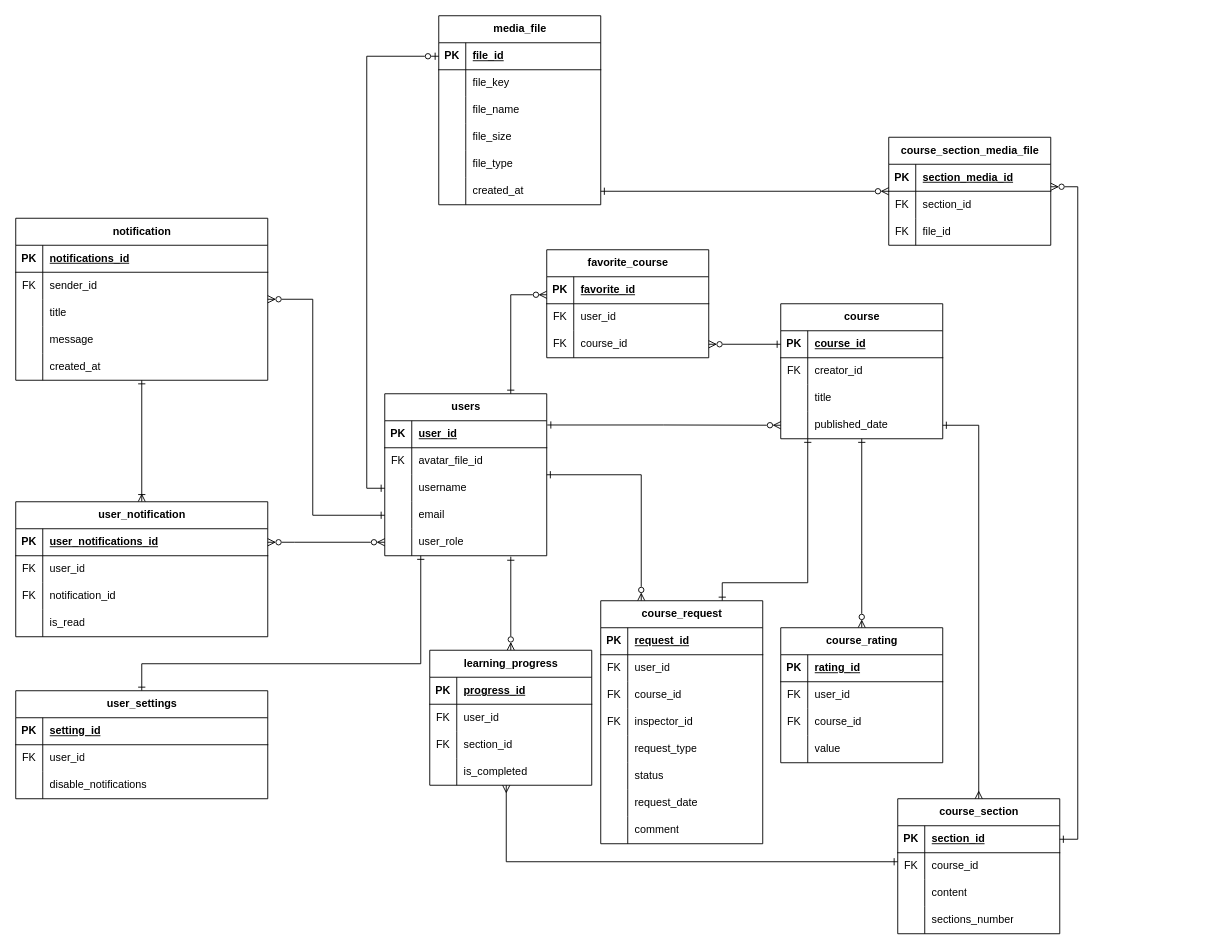
sahland/9.5-Team keeps this draw.io diagram as diagrams/ER диаграмма (Entity Relations diagram)/ER diagram.drawio. Above is the earlier version. Source tidied: cells renumbered, new cells numbered last; positions are measured from the earlier drawing's top-left corner, leaving out a move shared by most shapes. Both pictures are drawn from the tidied source at 90%, with x=0, y=0 at pixel (15, 15).
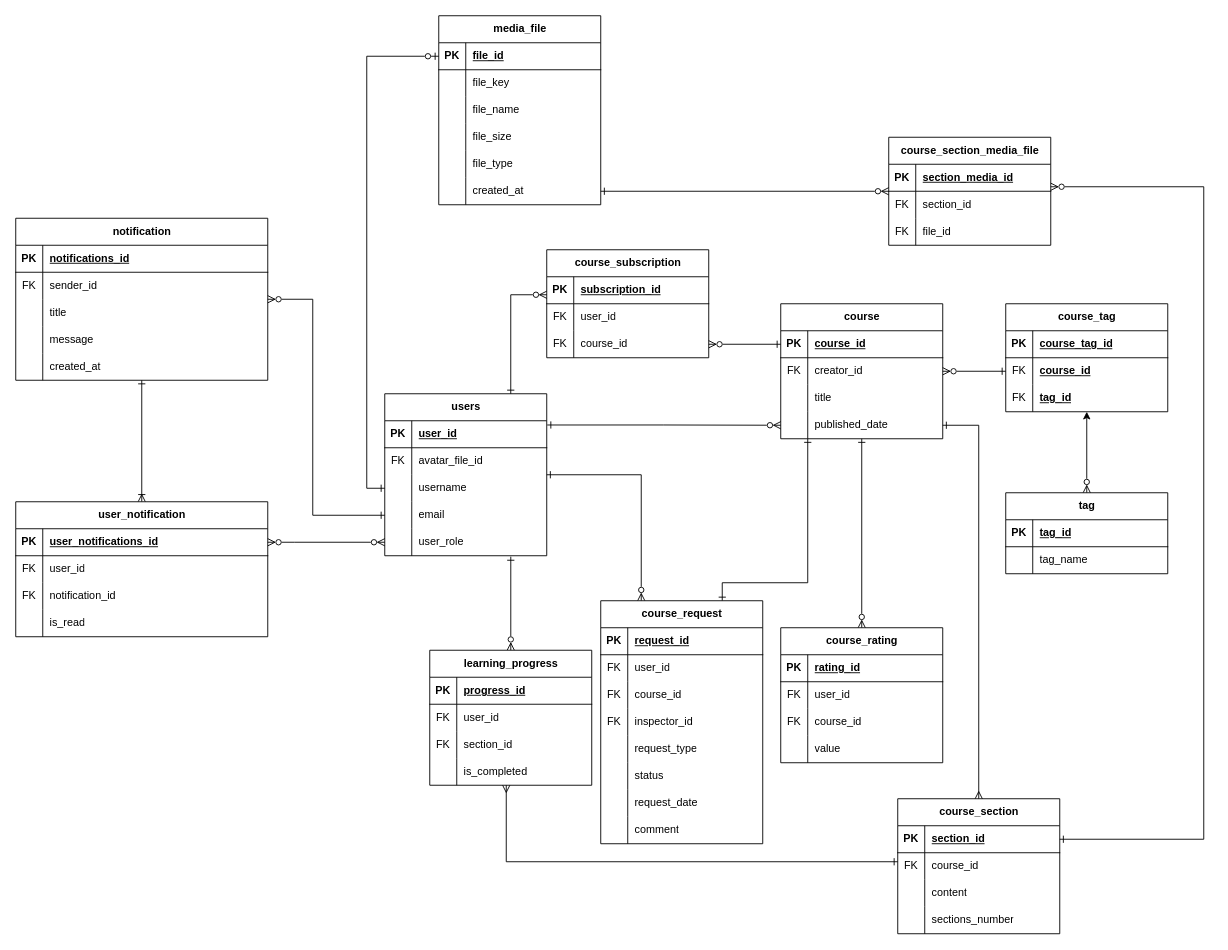
The same diagram, later.

Unchanged cells that the change refers to:
```xml
<mxCell id="7" value="users" style="shape=table;startSize=30;childLayout=tableLayout;rowLines=0;fontStyle=1;align=center;html=1;" parent="1" vertex="1">
  <mxGeometry x="410" y="420" width="180" height="180" as="geometry" />
</mxCell>
<mxCell id="25" value="course" style="shape=table;startSize=30;childLayout=tableLayout;rowLines=0;fontStyle=1;align=center;html=1;" parent="1" vertex="1">
  <mxGeometry x="850" y="320" width="180" height="150" as="geometry" />
</mxCell>
<mxCell id="39" style="shape=tableRow;horizontal=0;startSize=0;swimlaneHead=0;swimlaneBody=0;fillColor=none;points=[[0,0.5],[1,0.5]];portConstraint=eastwest;top=0;left=0;right=0;bottom=1;" parent="38" vertex="1">
  <mxGeometry y="30" width="180" height="30" as="geometry" />
</mxCell>
<mxCell id="65" style="shape=tableRow;horizontal=0;startSize=0;swimlaneHead=0;swimlaneBody=0;fillColor=none;top=0;left=0;right=0;bottom=1;" parent="64" vertex="1">
  <mxGeometry y="30" width="180" height="30" as="geometry" />
</mxCell>
```

What changed in the source:
```diff
@@
-    <mxCell id="6" style="edgeStyle=orthogonalEdgeStyle;rounded=0;jettySize=auto;html=1;entryX=0.5;entryY=0;entryDx=0;entryDy=0;startArrow=ERone;startFill=0;endArrow=ERone;endFill=0;" parent="1" edge="1" source="7" target="179">
-      <mxGeometry relative="1" as="geometry">
-        <Array as="points">
-          <mxPoint x="450" y="720" />
-          <mxPoint x="140" y="720" />
-        </Array>
-      </mxGeometry>
-    </mxCell>
@@
+    <mxCell id="189" style="edgeStyle=orthogonalEdgeStyle;rounded=0;jettySize=auto;html=1;entryX=0;entryY=0.5;entryDx=0;entryDy=0;startArrow=ERzeroToMany;startFill=0;endArrow=ERone;endFill=0;" parent="1" edge="1" source="25" target="201">
+      <mxGeometry relative="1" as="geometry" />
+    </mxCell>
@@
-    <mxCell id="64" value="favorite_course" style="shape=table;startSize=30;childLayout=tableLayout;rowLines=0;fontStyle=1;align=center;html=1;" parent="1" vertex="1">
+    <mxCell id="64" value="course_subscription" style="shape=table;startSize=30;childLayout=tableLayout;rowLines=0;fontStyle=1;align=center;html=1;" parent="1" vertex="1">
       <mxGeometry x="590" y="260" width="180" height="120" as="geometry" />
     </mxCell>
@@
-    <mxCell id="67" value="&lt;div style=&quot;&quot;&gt;favorite_id&lt;br&gt;&lt;/div&gt;" style="shape=partialRectangle;fillColor=none;top=0;left=0;bottom=0;right=0;align=left;spacingLeft=6;fontStyle=5;overflow=hidden;whiteSpace=wrap;html=1;" parent="65" vertex="1">
+    <mxCell id="67" value="&lt;div style=&quot;&quot;&gt;subscription_id&lt;br&gt;&lt;/div&gt;" style="shape=partialRectangle;fillColor=none;top=0;left=0;bottom=0;right=0;align=left;spacingLeft=6;fontStyle=5;overflow=hidden;whiteSpace=wrap;html=1;" parent="65" vertex="1">
       <mxGeometry x="30" width="150" height="30" as="geometry" />
     </mxCell>
@@
     <mxCell id="146" style="rounded=0;jettySize=auto;html=1;startArrow=ERone;startFill=0;endArrow=ERzeroToMany;endFill=0;edgeStyle=orthogonalEdgeStyle;" parent="1" edge="1" source="39">
       <mxGeometry relative="1" as="geometry">
         <mxPoint x="1150" y="190" as="targetPoint" />
         <Array as="points">
-          <mxPoint x="1180" y="915" />
-          <mxPoint x="1180" y="190" />
-          <mxPoint x="1150" y="190" />
+          <mxPoint x="1320" y="915" />
+          <mxPoint x="1320" y="190" />
         </Array>
       </mxGeometry>
     </mxCell>
@@
-    <mxCell id="179" value="user_settings" style="shape=table;startSize=30;childLayout=tableLayout;rowLines=0;fontStyle=1;align=center;html=1;" parent="1" vertex="1">
-      <mxGeometry y="750" width="280" height="120" as="geometry" />
-    </mxCell>
-    <mxCell id="180" style="shape=tableRow;horizontal=0;startSize=0;swimlaneHead=0;swimlaneBody=0;fillColor=none;top=0;left=0;right=0;bottom=1;" parent="179" vertex="1">
-      <mxGeometry y="30" width="280" height="30" as="geometry" />
-    </mxCell>
-    <mxCell id="181" value="PK" style="shape=partialRectangle;fillColor=none;top=0;left=0;bottom=0;right=0;fontStyle=1;overflow=hidden;whiteSpace=wrap;html=1;" parent="180" vertex="1">
-      <mxGeometry width="30" height="30" as="geometry" />
-    </mxCell>
-    <mxCell id="182" value="&lt;div style=&quot;text-align: center;&quot;&gt;&lt;span style=&quot;background-color: initial; text-wrap: nowrap;&quot;&gt;setting_id&lt;/span&gt;&lt;/div&gt;" style="shape=partialRectangle;fillColor=none;top=0;left=0;bottom=0;right=0;align=left;spacingLeft=6;fontStyle=5;overflow=hidden;whiteSpace=wrap;html=1;" parent="180" vertex="1">
-      <mxGeometry x="30" width="250" height="30" as="geometry" />
-    </mxCell>
-    <mxCell id="183" style="shape=tableRow;horizontal=0;startSize=0;swimlaneHead=0;swimlaneBody=0;fillColor=none;top=0;left=0;right=0;bottom=0;" parent="179" vertex="1">
-      <mxGeometry y="60" width="280" height="30" as="geometry" />
-    </mxCell>
-    <mxCell id="184" value="FK" style="shape=partialRectangle;fillColor=none;top=0;left=0;bottom=0;right=0;overflow=hidden;whiteSpace=wrap;html=1;" parent="183" vertex="1">
-      <mxGeometry width="30" height="30" as="geometry" />
-    </mxCell>
-    <mxCell id="185" value="user_id" style="shape=partialRectangle;fillColor=none;top=0;left=0;bottom=0;right=0;align=left;spacingLeft=6;overflow=hidden;whiteSpace=wrap;html=1;" parent="183" vertex="1">
-      <mxGeometry x="30" width="250" height="30" as="geometry" />
-    </mxCell>
-    <mxCell id="186" style="shape=tableRow;horizontal=0;startSize=0;swimlaneHead=0;swimlaneBody=0;fillColor=none;top=0;left=0;right=0;bottom=0;" parent="179" vertex="1">
-      <mxGeometry y="90" width="280" height="30" as="geometry" />
-    </mxCell>
+    <mxCell id="190" style="edgeStyle=orthogonalEdgeStyle;rounded=0;jettySize=auto;html=1;entryX=0.5;entryY=1;entryDx=0;entryDy=0;startArrow=ERzeroToMany;startFill=0;" parent="1" edge="1" source="191" target="197">
+      <mxGeometry relative="1" as="geometry" />
+    </mxCell>
+    <mxCell id="191" value="tag" style="shape=table;startSize=30;childLayout=tableLayout;rowLines=0;fontStyle=1;align=center;html=1;" parent="1" vertex="1">
+      <mxGeometry x="1100" y="530" width="180" height="90" as="geometry" />
+    </mxCell>
+    <mxCell id="192" style="shape=tableRow;horizontal=0;startSize=0;swimlaneHead=0;swimlaneBody=0;fillColor=none;top=0;left=0;right=0;bottom=1;" parent="191" vertex="1">
+      <mxGeometry y="30" width="180" height="30" as="geometry" />
+    </mxCell>
+    <mxCell id="193" value="PK" style="shape=partialRectangle;fillColor=none;top=0;left=0;bottom=0;right=0;fontStyle=1;overflow=hidden;whiteSpace=wrap;html=1;" parent="192" vertex="1">
+      <mxGeometry width="30" height="30" as="geometry" />
+    </mxCell>
+    <mxCell id="194" value="tag_id" style="shape=partialRectangle;fillColor=none;top=0;left=0;bottom=0;right=0;align=left;spacingLeft=6;fontStyle=5;overflow=hidden;whiteSpace=wrap;html=1;" parent="192" vertex="1">
+      <mxGeometry x="30" width="150" height="30" as="geometry" />
+    </mxCell>
+    <mxCell id="195" style="shape=tableRow;horizontal=0;startSize=0;swimlaneHead=0;swimlaneBody=0;fillColor=none;top=0;left=0;right=0;bottom=0;" parent="191" vertex="1">
+      <mxGeometry y="60" width="180" height="30" as="geometry" />
+    </mxCell>
-    <mxCell id="187" style="shape=partialRectangle;fillColor=none;top=0;left=0;bottom=0;right=0;overflow=hidden;whiteSpace=wrap;html=1;" parent="186" vertex="1">
+    <mxCell id="187" style="shape=partialRectangle;fillColor=none;top=0;left=0;bottom=0;right=0;overflow=hidden;whiteSpace=wrap;html=1;" parent="195" vertex="1">
       <mxGeometry width="30" height="30" as="geometry" />
     </mxCell>
-    <mxCell id="188" value="disable_notifications" style="shape=partialRectangle;fillColor=none;top=0;left=0;bottom=0;right=0;align=left;spacingLeft=6;overflow=hidden;whiteSpace=wrap;html=1;" parent="186" vertex="1">
-      <mxGeometry x="30" width="250" height="30" as="geometry" />
-    </mxCell>
+    <mxCell id="196" value="tag_name" style="shape=partialRectangle;fillColor=none;top=0;left=0;bottom=0;right=0;align=left;spacingLeft=6;overflow=hidden;whiteSpace=wrap;html=1;" parent="195" vertex="1">
+      <mxGeometry x="30" width="150" height="30" as="geometry" />
+    </mxCell>
+    <mxCell id="197" value="course_tag" style="shape=table;startSize=30;childLayout=tableLayout;rowLines=0;fontStyle=1;align=center;html=1;" parent="1" vertex="1">
+      <mxGeometry x="1100" y="320" width="180" height="120" as="geometry" />
+    </mxCell>
+    <mxCell id="198" style="shape=tableRow;horizontal=0;startSize=0;swimlaneHead=0;swimlaneBody=0;fillColor=none;top=0;left=0;right=0;bottom=1;" parent="197" vertex="1">
+      <mxGeometry y="30" width="180" height="30" as="geometry" />
+    </mxCell>
+    <mxCell id="199" value="PK" style="shape=partialRectangle;fillColor=none;top=0;left=0;bottom=0;right=0;fontStyle=1;overflow=hidden;whiteSpace=wrap;html=1;" parent="198" vertex="1">
+      <mxGeometry width="30" height="30" as="geometry" />
+    </mxCell>
+    <mxCell id="200" value="&lt;span style=&quot;text-align: center; text-wrap: nowrap;&quot;&gt;course_tag_id&lt;/span&gt;" style="shape=partialRectangle;fillColor=none;top=0;left=0;bottom=0;right=0;align=left;spacingLeft=6;fontStyle=5;overflow=hidden;whiteSpace=wrap;html=1;" parent="198" vertex="1">
+      <mxGeometry x="30" width="150" height="30" as="geometry" />
+    </mxCell>
+    <mxCell id="201" style="shape=tableRow;horizontal=0;startSize=0;swimlaneHead=0;swimlaneBody=0;fillColor=none;points=[[0,0.5],[1,0.5]];portConstraint=eastwest;top=0;left=0;right=0;bottom=0;" parent="197" vertex="1">
+      <mxGeometry y="60" width="180" height="30" as="geometry" />
+    </mxCell>
+    <mxCell id="202" value="FK" style="shape=partialRectangle;fillColor=none;top=0;left=0;bottom=0;right=0;overflow=hidden;whiteSpace=wrap;html=1;" parent="201" vertex="1">
+      <mxGeometry width="30" height="30" as="geometry" />
+    </mxCell>
+    <mxCell id="203" value="&lt;span style=&quot;font-weight: 700; text-decoration-line: underline;&quot;&gt;course_id&lt;/span&gt;" style="shape=partialRectangle;fillColor=none;top=0;left=0;bottom=0;right=0;align=left;spacingLeft=6;overflow=hidden;whiteSpace=wrap;html=1;" parent="201" vertex="1">
+      <mxGeometry x="30" width="150" height="30" as="geometry" />
+    </mxCell>
+    <mxCell id="204" style="shape=tableRow;horizontal=0;startSize=0;swimlaneHead=0;swimlaneBody=0;fillColor=none;top=0;left=0;right=0;bottom=0;" parent="197" vertex="1">
+      <mxGeometry y="90" width="180" height="30" as="geometry" />
+    </mxCell>
+    <mxCell id="205" value="FK" style="shape=partialRectangle;fillColor=none;top=0;left=0;bottom=0;right=0;overflow=hidden;whiteSpace=wrap;html=1;" parent="204" vertex="1">
+      <mxGeometry width="30" height="30" as="geometry" />
+    </mxCell>
+    <mxCell id="206" value="&lt;span style=&quot;font-weight: 700; text-decoration-line: underline;&quot;&gt;tag_id&lt;/span&gt;" style="shape=partialRectangle;fillColor=none;top=0;left=0;bottom=0;right=0;align=left;spacingLeft=6;overflow=hidden;whiteSpace=wrap;html=1;" parent="204" vertex="1">
+      <mxGeometry x="30" width="150" height="30" as="geometry" />
+    </mxCell>
```
